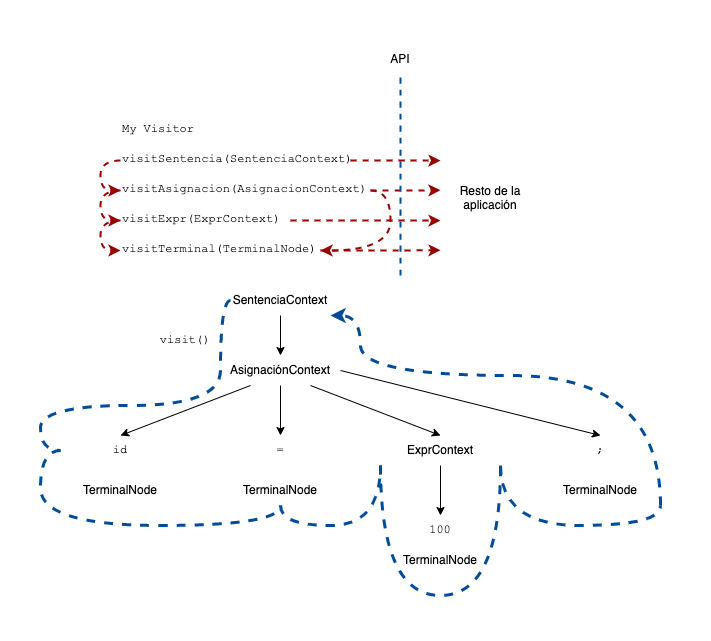
This is img/parseTreeVisitor.png from TanZng/RuLang2GoLang, a draw.io export, as it was before one commit. Source tidied: cells renumbered, new cells last; positions are measured from the earlier drawing's top-left corner, leaving out a move shared by most shapes. Its diagram source:
```xml
<mxGraphModel>
  <root>
    <mxCell id="0" />
    <mxCell id="1" parent="0" />
    <mxCell id="2" style="rounded=0;whiteSpace=wrap;html=1;labelBackgroundColor=none;fontFamily=Helvetica;strokeColor=none;fillColor=default;align=center;" parent="1" vertex="1">
      <mxGeometry width="700" height="630" as="geometry" />
    </mxCell>
    <mxCell id="3" style="edgeStyle=orthogonalEdgeStyle;rounded=0;jettySize=auto;html=1;exitX=0.5;exitY=1;exitDx=0;exitDy=0;entryX=0.5;entryY=0;entryDx=0;entryDy=0;fontFamily=Courier New;" parent="1" edge="1" source="5" target="11">
      <mxGeometry relative="1" as="geometry" />
    </mxCell>
    <mxCell id="4" style="edgeStyle=orthogonalEdgeStyle;rounded=0;jettySize=auto;html=1;exitX=0;exitY=0.5;exitDx=0;exitDy=0;entryX=0;entryY=0.5;entryDx=0;entryDy=0;fontFamily=Courier New;curved=1;endArrow=none;endFill=0;dashed=1;strokeColor=#004C99;strokeWidth=3;" parent="1" edge="1" source="5" target="11">
      <mxGeometry relative="1" as="geometry">
        <Array as="points">
          <mxPoint x="215" y="295" />
        </Array>
      </mxGeometry>
    </mxCell>
    <mxCell id="5" value="SentenciaContext" style="text;html=1;strokeColor=none;fillColor=none;align=center;verticalAlign=middle;whiteSpace=wrap;rounded=0;" parent="1" vertex="1">
      <mxGeometry x="225" y="280" width="100" height="30" as="geometry" />
    </mxCell>
    <mxCell id="6" style="rounded=0;jettySize=auto;html=1;exitX=0.25;exitY=1;exitDx=0;exitDy=0;entryX=0.5;entryY=0;entryDx=0;entryDy=0;fontFamily=Courier New;" parent="1" edge="1" source="11" target="20">
      <mxGeometry relative="1" as="geometry" />
    </mxCell>
    <mxCell id="7" style="edgeStyle=none;rounded=0;jettySize=auto;html=1;exitX=0.5;exitY=1;exitDx=0;exitDy=0;entryX=0.5;entryY=0;entryDx=0;entryDy=0;fontFamily=Courier New;" parent="1" edge="1" source="11" target="21">
      <mxGeometry relative="1" as="geometry" />
    </mxCell>
    <mxCell id="8" style="edgeStyle=none;rounded=0;jettySize=auto;html=1;exitX=0.75;exitY=1;exitDx=0;exitDy=0;entryX=0.5;entryY=0;entryDx=0;entryDy=0;fontFamily=Courier New;" parent="1" edge="1" source="11" target="26">
      <mxGeometry relative="1" as="geometry" />
    </mxCell>
    <mxCell id="9" style="edgeStyle=none;rounded=0;jettySize=auto;html=1;exitX=1;exitY=0.5;exitDx=0;exitDy=0;entryX=0.5;entryY=0;entryDx=0;entryDy=0;fontFamily=Courier New;" parent="1" edge="1" source="11" target="23">
      <mxGeometry relative="1" as="geometry" />
    </mxCell>
    <mxCell id="10" style="edgeStyle=orthogonalEdgeStyle;curved=1;rounded=0;jettySize=auto;html=1;exitX=0;exitY=0.5;exitDx=0;exitDy=0;entryX=0;entryY=0.5;entryDx=0;entryDy=0;fontFamily=Courier New;endArrow=none;endFill=0;dashed=1;strokeColor=#004C99;strokeWidth=3;" parent="1" edge="1" source="11" target="20">
      <mxGeometry relative="1" as="geometry">
        <Array as="points">
          <mxPoint x="215" y="400" />
          <mxPoint x="35" y="400" />
          <mxPoint x="35" y="445" />
        </Array>
      </mxGeometry>
    </mxCell>
    <mxCell id="11" value="AsignaciónContext" style="text;html=1;strokeColor=none;fillColor=none;align=center;verticalAlign=middle;whiteSpace=wrap;rounded=0;" parent="1" vertex="1">
      <mxGeometry x="215" y="350" width="120" height="30" as="geometry" />
    </mxCell>
    <mxCell id="12" value="TerminalNode" style="text;html=1;strokeColor=none;fillColor=none;align=center;verticalAlign=middle;whiteSpace=wrap;rounded=0;" parent="1" vertex="1">
      <mxGeometry x="55" y="470" width="120" height="30" as="geometry" />
    </mxCell>
    <mxCell id="13" style="edgeStyle=orthogonalEdgeStyle;curved=1;rounded=0;jettySize=auto;html=1;exitX=0.5;exitY=1;exitDx=0;exitDy=0;entryX=0;entryY=1;entryDx=0;entryDy=0;dashed=1;fontFamily=Courier New;endArrow=none;endFill=0;strokeColor=#004C99;strokeWidth=3;" parent="1" edge="1" source="14" target="26">
      <mxGeometry relative="1" as="geometry" />
    </mxCell>
    <mxCell id="14" value="TerminalNode" style="text;html=1;strokeColor=none;fillColor=none;align=center;verticalAlign=middle;whiteSpace=wrap;rounded=0;" parent="1" vertex="1">
      <mxGeometry x="215" y="470" width="120" height="30" as="geometry" />
    </mxCell>
    <mxCell id="15" value="TerminalNode" style="text;html=1;strokeColor=none;fillColor=none;align=center;verticalAlign=middle;whiteSpace=wrap;rounded=0;" parent="1" vertex="1">
      <mxGeometry x="375" y="540" width="120" height="30" as="geometry" />
    </mxCell>
    <mxCell id="16" style="edgeStyle=orthogonalEdgeStyle;curved=1;rounded=0;jettySize=auto;html=1;exitX=1;exitY=1;exitDx=0;exitDy=0;entryX=1;entryY=1;entryDx=0;entryDy=0;dashed=1;fontFamily=Courier New;endArrow=classic;endFill=1;strokeColor=#004C99;strokeWidth=3;" parent="1" edge="1" source="17" target="5">
      <mxGeometry relative="1" as="geometry">
        <Array as="points">
          <mxPoint x="655" y="370" />
          <mxPoint x="355" y="370" />
          <mxPoint x="355" y="310" />
        </Array>
      </mxGeometry>
    </mxCell>
    <mxCell id="17" value="TerminalNode" style="text;html=1;strokeColor=none;fillColor=none;align=center;verticalAlign=middle;whiteSpace=wrap;rounded=0;" parent="1" vertex="1">
      <mxGeometry x="535" y="470" width="120" height="30" as="geometry" />
    </mxCell>
    <mxCell id="18" value="visit()" style="text;html=1;strokeColor=none;fillColor=none;align=center;verticalAlign=middle;whiteSpace=wrap;rounded=0;fontFamily=Courier New;" parent="1" vertex="1">
      <mxGeometry x="145" y="320" width="70" height="30" as="geometry" />
    </mxCell>
    <mxCell id="19" style="edgeStyle=orthogonalEdgeStyle;curved=1;rounded=0;jettySize=auto;html=1;exitX=0;exitY=0.5;exitDx=0;exitDy=0;entryX=0.5;entryY=1;entryDx=0;entryDy=0;dashed=1;fontFamily=Courier New;endArrow=none;endFill=0;strokeColor=#004C99;strokeWidth=3;" parent="1" edge="1" source="20" target="14">
      <mxGeometry relative="1" as="geometry">
        <Array as="points">
          <mxPoint x="35" y="445" />
          <mxPoint x="35" y="520" />
          <mxPoint x="275" y="520" />
        </Array>
      </mxGeometry>
    </mxCell>
    <mxCell id="20" value="id" style="text;html=1;strokeColor=none;fillColor=none;align=center;verticalAlign=middle;whiteSpace=wrap;rounded=0;fontFamily=Courier New;" parent="1" vertex="1">
      <mxGeometry x="55" y="430" width="120" height="30" as="geometry" />
    </mxCell>
    <mxCell id="21" value="=" style="text;html=1;strokeColor=none;fillColor=none;align=center;verticalAlign=middle;whiteSpace=wrap;rounded=0;fontFamily=Courier New;" parent="1" vertex="1">
      <mxGeometry x="215" y="430" width="120" height="30" as="geometry" />
    </mxCell>
    <mxCell id="22" value="100" style="text;html=1;strokeColor=none;fillColor=none;align=center;verticalAlign=middle;whiteSpace=wrap;rounded=0;fontFamily=Courier New;" parent="1" vertex="1">
      <mxGeometry x="375" y="510" width="120" height="30" as="geometry" />
    </mxCell>
    <mxCell id="23" value=";" style="text;html=1;strokeColor=none;fillColor=none;align=center;verticalAlign=middle;whiteSpace=wrap;rounded=0;fontFamily=Courier New;" parent="1" vertex="1">
      <mxGeometry x="535" y="430" width="120" height="30" as="geometry" />
    </mxCell>
    <mxCell id="24" style="edgeStyle=none;rounded=0;jettySize=auto;html=1;exitX=0.5;exitY=1;exitDx=0;exitDy=0;entryX=0.5;entryY=0;entryDx=0;entryDy=0;fontFamily=Courier New;" parent="1" edge="1" source="26" target="22">
      <mxGeometry relative="1" as="geometry" />
    </mxCell>
    <mxCell id="25" style="edgeStyle=orthogonalEdgeStyle;curved=1;rounded=0;jettySize=auto;html=1;exitX=1;exitY=1;exitDx=0;exitDy=0;entryX=1;entryY=1;entryDx=0;entryDy=0;dashed=1;fontFamily=Courier New;endArrow=none;endFill=0;strokeColor=#004C99;strokeWidth=3;" parent="1" edge="1" source="26" target="17">
      <mxGeometry relative="1" as="geometry" />
    </mxCell>
    <mxCell id="26" value="ExprContext" style="text;html=1;strokeColor=none;fillColor=none;align=center;verticalAlign=middle;whiteSpace=wrap;rounded=0;" parent="1" vertex="1">
      <mxGeometry x="375" y="430" width="120" height="30" as="geometry" />
    </mxCell>
    <mxCell id="27" style="edgeStyle=orthogonalEdgeStyle;curved=1;rounded=0;orthogonalLoop=1;jettySize=auto;html=1;exitX=0;exitY=1;exitDx=0;exitDy=0;entryX=1;entryY=1;entryDx=0;entryDy=0;dashed=1;fontFamily=Courier New;endArrow=none;endFill=0;strokeColor=#004C99;strokeWidth=3;" parent="1" edge="1" source="26" target="26">
      <mxGeometry relative="1" as="geometry">
        <Array as="points">
          <mxPoint x="375" y="590" />
          <mxPoint x="495" y="590" />
        </Array>
      </mxGeometry>
    </mxCell>
    <mxCell id="28" style="edgeStyle=orthogonalEdgeStyle;curved=1;rounded=0;jettySize=auto;html=1;exitX=0;exitY=0.5;exitDx=0;exitDy=0;entryX=0;entryY=0.5;entryDx=0;entryDy=0;dashed=1;fontFamily=Courier New;endArrow=classic;endFill=1;strokeColor=#990000;strokeWidth=2;" parent="1" edge="1" source="30" target="34">
      <mxGeometry relative="1" as="geometry">
        <Array as="points">
          <mxPoint x="95" y="155" />
          <mxPoint x="95" y="185" />
        </Array>
      </mxGeometry>
    </mxCell>
    <mxCell id="29" style="edgeStyle=orthogonalEdgeStyle;curved=1;rounded=0;jettySize=auto;html=1;exitX=1;exitY=0.5;exitDx=0;exitDy=0;dashed=1;fontFamily=Helvetica;endArrow=classic;endFill=1;strokeColor=#990000;strokeWidth=2;" parent="1" edge="1" source="30">
      <mxGeometry relative="1" as="geometry">
        <mxPoint x="435" y="155.1" as="targetPoint" />
      </mxGeometry>
    </mxCell>
    <mxCell id="30" value="&lt;meta charset=&quot;utf-8&quot;&gt;&lt;span style=&quot;color: rgb(0, 0, 0); font-family: &amp;quot;courier new&amp;quot;; font-size: 12px; font-style: normal; font-weight: 400; letter-spacing: normal; text-align: left; text-indent: 0px; text-transform: none; word-spacing: 0px; display: inline; float: none;&quot;&gt;visitSentencia(SentenciaContext)&lt;/span&gt;&lt;br style=&quot;color: rgb(0, 0, 0); font-family: &amp;quot;courier new&amp;quot;; font-size: 12px; font-style: normal; font-weight: 400; letter-spacing: normal; text-align: left; text-indent: 0px; text-transform: none; word-spacing: 0px;&quot;&gt;" style="text;whiteSpace=wrap;html=1;fontFamily=Courier New;fillColor=none;strokeColor=none;labelBackgroundColor=none;" parent="1" vertex="1">
      <mxGeometry x="115" y="140" width="230" height="30" as="geometry" />
    </mxCell>
    <mxCell id="31" style="edgeStyle=orthogonalEdgeStyle;curved=1;rounded=0;jettySize=auto;html=1;exitX=0;exitY=0.5;exitDx=0;exitDy=0;entryX=0;entryY=0.5;entryDx=0;entryDy=0;dashed=1;fontFamily=Courier New;endArrow=classic;endFill=1;strokeColor=#990000;strokeWidth=2;" parent="1" edge="1" source="34" target="37">
      <mxGeometry relative="1" as="geometry">
        <Array as="points">
          <mxPoint x="95" y="185" />
          <mxPoint x="95" y="215" />
        </Array>
      </mxGeometry>
    </mxCell>
    <mxCell id="32" style="edgeStyle=orthogonalEdgeStyle;curved=1;rounded=0;jettySize=auto;html=1;exitX=1;exitY=0.5;exitDx=0;exitDy=0;dashed=1;fontFamily=Helvetica;endArrow=classic;endFill=1;strokeColor=#990000;strokeWidth=2;" parent="1" edge="1" source="34">
      <mxGeometry relative="1" as="geometry">
        <mxPoint x="435" y="184.8" as="targetPoint" />
      </mxGeometry>
    </mxCell>
    <mxCell id="33" style="edgeStyle=orthogonalEdgeStyle;curved=1;rounded=0;jettySize=auto;html=1;exitX=1;exitY=0.5;exitDx=0;exitDy=0;entryX=1;entryY=0.5;entryDx=0;entryDy=0;dashed=1;fontFamily=Helvetica;endArrow=classic;endFill=1;strokeColor=#990000;strokeWidth=2;" parent="1" edge="1" source="34" target="39">
      <mxGeometry relative="1" as="geometry" />
    </mxCell>
    <mxCell id="34" value="&lt;meta charset=&quot;utf-8&quot;&gt;&lt;span style=&quot;color: rgb(0, 0, 0); font-family: &amp;quot;courier new&amp;quot;; font-size: 12px; font-style: normal; font-weight: 400; letter-spacing: normal; text-align: left; text-indent: 0px; text-transform: none; word-spacing: 0px; display: inline; float: none;&quot;&gt;visitAsignacion(AsignacionContext)&lt;/span&gt;&lt;br style=&quot;color: rgb(0, 0, 0); font-family: &amp;quot;courier new&amp;quot;; font-size: 12px; font-style: normal; font-weight: 400; letter-spacing: normal; text-align: left; text-indent: 0px; text-transform: none; word-spacing: 0px;&quot;&gt;" style="text;whiteSpace=wrap;html=1;fontFamily=Courier New;fillColor=none;strokeColor=none;labelBackgroundColor=none;" parent="1" vertex="1">
      <mxGeometry x="115" y="170" width="250" height="30" as="geometry" />
    </mxCell>
    <mxCell id="35" style="edgeStyle=orthogonalEdgeStyle;curved=1;rounded=0;jettySize=auto;html=1;exitX=0;exitY=0.5;exitDx=0;exitDy=0;entryX=0;entryY=0.5;entryDx=0;entryDy=0;dashed=1;fontFamily=Courier New;endArrow=classic;endFill=1;strokeColor=#990000;strokeWidth=2;" parent="1" edge="1" source="37" target="39">
      <mxGeometry relative="1" as="geometry">
        <Array as="points">
          <mxPoint x="95" y="215" />
          <mxPoint x="95" y="245" />
        </Array>
      </mxGeometry>
    </mxCell>
    <mxCell id="36" style="edgeStyle=orthogonalEdgeStyle;curved=1;rounded=0;jettySize=auto;html=1;exitX=1;exitY=0.5;exitDx=0;exitDy=0;dashed=1;fontFamily=Helvetica;endArrow=classic;endFill=1;strokeColor=#990000;strokeWidth=2;" parent="1" edge="1" source="37">
      <mxGeometry relative="1" as="geometry">
        <mxPoint x="435" y="215.1" as="targetPoint" />
      </mxGeometry>
    </mxCell>
    <mxCell id="37" value="&lt;meta charset=&quot;utf-8&quot;&gt;&lt;span style=&quot;color: rgb(0, 0, 0); font-family: &amp;quot;courier new&amp;quot;; font-size: 12px; font-style: normal; font-weight: 400; letter-spacing: normal; text-align: left; text-indent: 0px; text-transform: none; word-spacing: 0px; display: inline; float: none;&quot;&gt;visitExpr(ExprContext)&lt;/span&gt;&lt;br style=&quot;color: rgb(0, 0, 0); font-family: &amp;quot;courier new&amp;quot;; font-size: 12px; font-style: normal; font-weight: 400; letter-spacing: normal; text-align: left; text-indent: 0px; text-transform: none; word-spacing: 0px;&quot;&gt;" style="text;whiteSpace=wrap;html=1;fontFamily=Courier New;fillColor=none;strokeColor=none;labelBackgroundColor=none;" parent="1" vertex="1">
      <mxGeometry x="115" y="200" width="170" height="30" as="geometry" />
    </mxCell>
    <mxCell id="38" style="edgeStyle=orthogonalEdgeStyle;curved=1;rounded=0;jettySize=auto;html=1;exitX=1;exitY=0.5;exitDx=0;exitDy=0;dashed=1;fontFamily=Helvetica;endArrow=classic;endFill=1;strokeColor=#990000;strokeWidth=2;" parent="1" edge="1" source="39">
      <mxGeometry relative="1" as="geometry">
        <mxPoint x="435" y="244.8" as="targetPoint" />
      </mxGeometry>
    </mxCell>
    <mxCell id="39" value="&lt;meta charset=&quot;utf-8&quot;&gt;&lt;span style=&quot;color: rgb(0, 0, 0); font-family: &amp;quot;courier new&amp;quot;; font-size: 12px; font-style: normal; font-weight: 400; letter-spacing: normal; text-align: left; text-indent: 0px; text-transform: none; word-spacing: 0px; display: inline; float: none;&quot;&gt;visitTerminal(TerminalNode)&lt;/span&gt;" style="text;whiteSpace=wrap;html=1;fontFamily=Courier New;fillColor=none;strokeColor=none;labelBackgroundColor=none;" parent="1" vertex="1">
      <mxGeometry x="115" y="230" width="200" height="30" as="geometry" />
    </mxCell>
    <mxCell id="40" value="&lt;span style=&quot;text-align: center&quot;&gt;My Visitor&lt;/span&gt;" style="text;whiteSpace=wrap;html=1;fontFamily=Courier New;fillColor=none;strokeColor=none;labelBackgroundColor=none;" parent="1" vertex="1">
      <mxGeometry x="115" y="110" width="260" height="30" as="geometry" />
    </mxCell>
    <mxCell id="41" style="endArrow=none;dashed=1;html=1;rounded=0;fontFamily=Courier New;strokeColor=#004C99;strokeWidth=2;curved=1;" parent="1" edge="1">
      <mxGeometry relative="1" as="geometry">
        <mxPoint x="395" y="270" as="sourcePoint" />
        <mxPoint x="395" y="70" as="targetPoint" />
      </mxGeometry>
    </mxCell>
    <mxCell id="42" value="&lt;span style=&quot;&quot;&gt;API&lt;/span&gt;" style="text;whiteSpace=wrap;html=1;fontFamily=Helvetica;align=center;" parent="1" vertex="1">
      <mxGeometry x="355" y="40" width="80" height="30" as="geometry" />
    </mxCell>
    <mxCell id="43" value="&lt;span&gt;Resto de la&lt;br&gt;aplicación&lt;br&gt;&lt;/span&gt;" style="text;whiteSpace=wrap;html=1;fontFamily=Helvetica;align=center;" parent="1" vertex="1">
      <mxGeometry x="445" y="172" width="80" height="40" as="geometry" />
    </mxCell>
  </root>
</mxGraphModel>
```
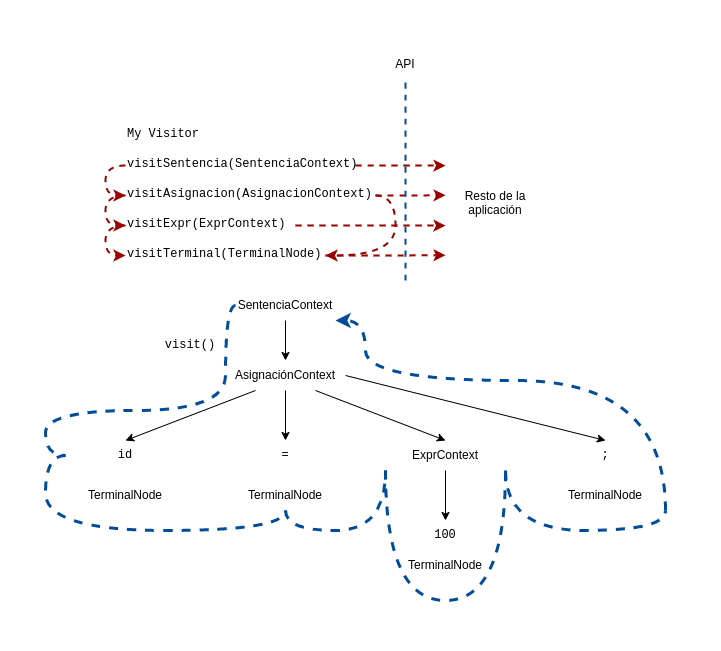
The same file after the commit.

What changed in the source:
```diff
@@ -2,7 +2,7 @@
   <root>
     <mxCell id="0" />
     <mxCell id="1" parent="0" />
-    <mxCell id="2" style="rounded=0;whiteSpace=wrap;html=1;labelBackgroundColor=none;fontFamily=Helvetica;strokeColor=none;fillColor=default;align=center;" parent="1" vertex="1">
+    <mxCell id="2" style="rounded=0;whiteSpace=wrap;html=1;labelBackgroundColor=none;fontFamily=Helvetica;strokeColor=none;fillColor=rgba(255, 255, 255, 0.4);align=center;" parent="1" vertex="1">
       <mxGeometry width="700" height="630" as="geometry" />
     </mxCell>
     <mxCell id="3" style="edgeStyle=orthogonalEdgeStyle;rounded=0;jettySize=auto;html=1;exitX=0.5;exitY=1;exitDx=0;exitDy=0;entryX=0.5;entryY=0;entryDx=0;entryDy=0;fontFamily=Courier New;" parent="1" edge="1" source="5" target="11">
```
